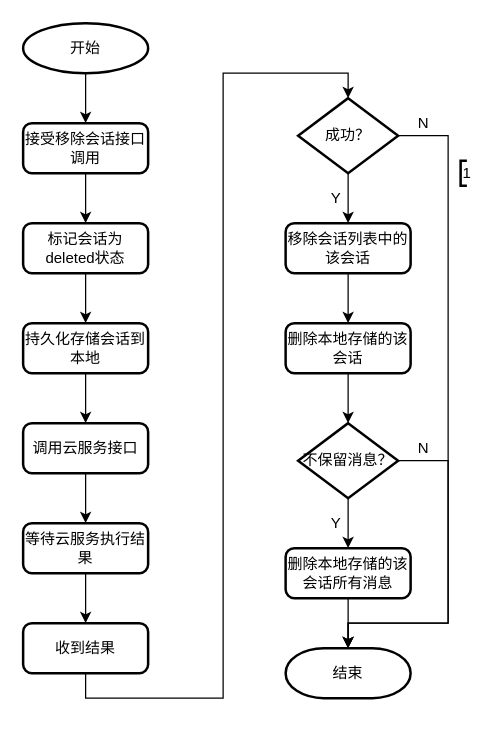
The draw.io diagram page "flow-remove-conversation" (3 of 10) of 获取会话列表.drawio in liuao2010/360MobileSafe, before the edit. Source tidied: cells renumbered, new cells numbered last; positions are measured from the earlier drawing's top-left corner, leaving out a move shared by most shapes. Both pictures are drawn from the tidied source at 125%, with x=0, y=0 at pixel (22, 22).
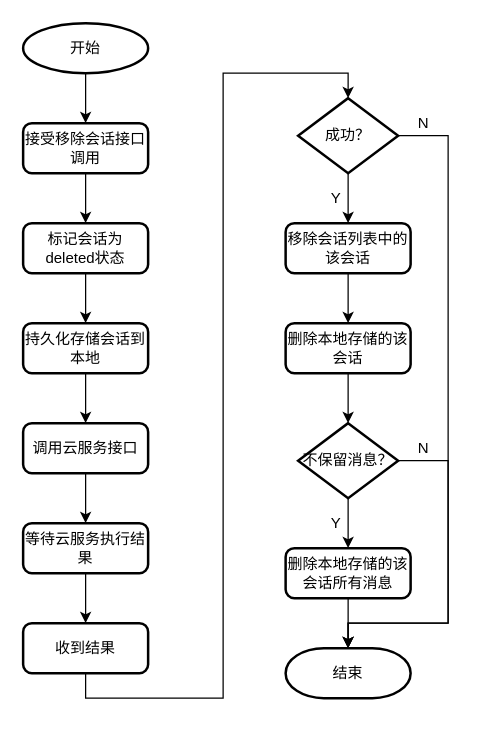
The same page after the edit.

What changed in the source:
```diff
@@
-    <mxCell id="33" value="1" style="strokeWidth=2;html=1;shape=mxgraph.flowchart.annotation_1;align=left;rounded=1;" parent="1" vertex="1">
-      <mxGeometry x="350" y="110" width="5" height="20" as="geometry" />
-    </mxCell>
```
